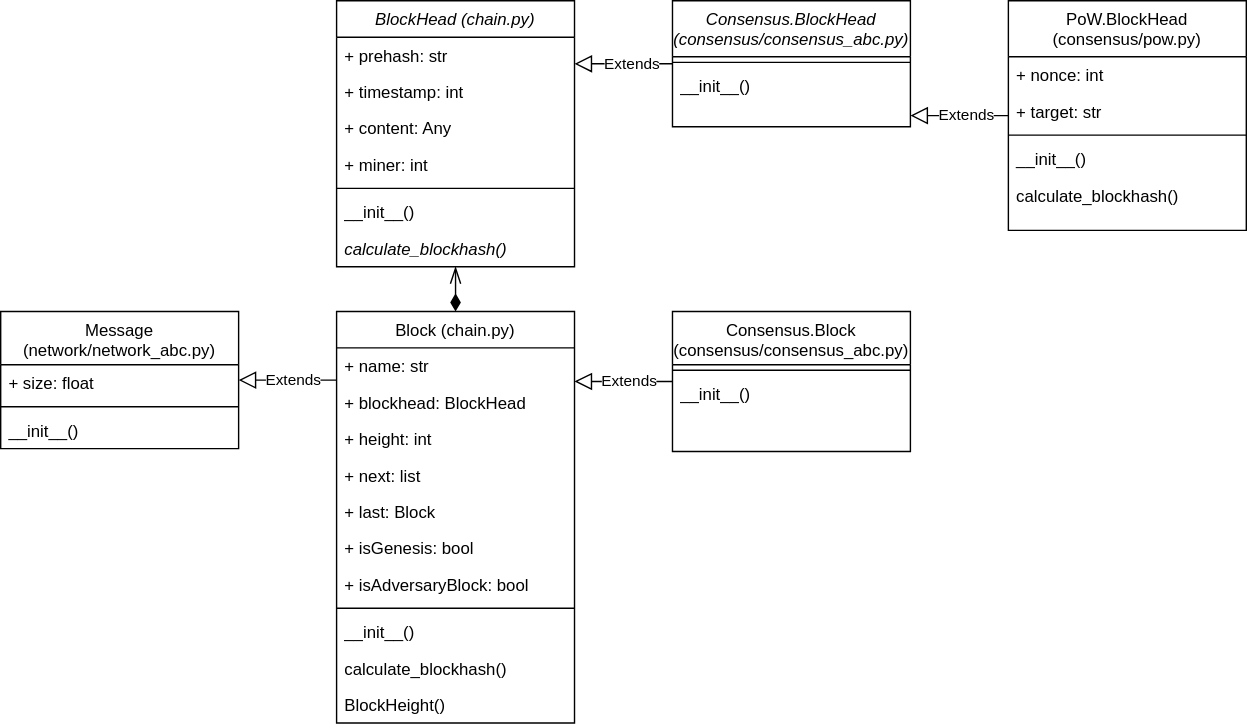
The draw.io diagram doc/consensus-block.svg in ChainXim-Team/ChainXim, before a commit. Source tidied: cells renumbered, new cells last; positions are measured from the earlier drawing's top-left corner, leaving out a move shared by most shapes. Its diagram source:
```xml
<mxGraphModel>
  <root>
    <mxCell id="0" />
    <mxCell id="1" parent="0" />
    <mxCell id="2" value="BlockHead (chain.py)" style="swimlane;fontStyle=2;align=center;verticalAlign=top;horizontal=1;startSize=26;rounded=0;shadow=0;strokeWidth=1;" parent="1" vertex="1">
      <mxGeometry x="240" width="170" height="190" as="geometry" />
    </mxCell>
    <mxCell id="3" value="+ prehash: str" style="text;align=left;verticalAlign=top;spacingLeft=4;spacingRight=4;overflow=hidden;rounded=0;shadow=0;html=0;fontStyle=0;" parent="2" vertex="1">
      <mxGeometry y="26" width="170" height="26" as="geometry" />
    </mxCell>
    <mxCell id="4" value="+ timestamp: int" style="text;align=left;verticalAlign=top;spacingLeft=4;spacingRight=4;overflow=hidden;rounded=0;shadow=0;html=0;fontStyle=0;" parent="2" vertex="1">
      <mxGeometry y="52" width="170" height="26" as="geometry" />
    </mxCell>
    <mxCell id="5" value="+ content: Any" style="text;align=left;verticalAlign=top;spacingLeft=4;spacingRight=4;overflow=hidden;rounded=0;shadow=0;html=0;fontStyle=0;" parent="2" vertex="1">
      <mxGeometry y="78" width="170" height="26" as="geometry" />
    </mxCell>
    <mxCell id="6" value="+ miner: int" style="text;align=left;verticalAlign=top;spacingLeft=4;spacingRight=4;overflow=hidden;rounded=0;shadow=0;html=0;fontStyle=0;" parent="2" vertex="1">
      <mxGeometry y="104" width="170" height="26" as="geometry" />
    </mxCell>
    <mxCell id="7" style="line;html=1;strokeWidth=1;align=left;verticalAlign=middle;spacingTop=-1;spacingLeft=3;spacingRight=3;labelPosition=right;" parent="2" vertex="1">
      <mxGeometry y="130" width="170" height="8" as="geometry" />
    </mxCell>
    <mxCell id="8" value="__init__()" style="text;align=left;verticalAlign=top;spacingLeft=4;spacingRight=4;overflow=hidden;fontStyle=0;" parent="2" vertex="1">
      <mxGeometry y="138" width="170" height="26" as="geometry" />
    </mxCell>
    <mxCell id="9" value="calculate_blockhash()" style="text;align=left;verticalAlign=top;spacingLeft=4;spacingRight=4;overflow=hidden;fontStyle=2;" parent="2" vertex="1">
      <mxGeometry y="164" width="170" height="26" as="geometry" />
    </mxCell>
    <mxCell id="10" value="Consensus.BlockHead&#10;(consensus/consensus_abc.py)" style="swimlane;fontStyle=2;align=center;verticalAlign=top;horizontal=1;startSize=40;rounded=0;shadow=0;strokeWidth=1;" parent="1" vertex="1">
      <mxGeometry x="480" width="170" height="90" as="geometry" />
    </mxCell>
    <mxCell id="11" style="line;html=1;strokeWidth=1;align=left;verticalAlign=middle;spacingTop=-1;spacingLeft=3;spacingRight=3;labelPosition=right;" parent="10" vertex="1">
      <mxGeometry y="40" width="170" height="8" as="geometry" />
    </mxCell>
    <mxCell id="12" value="__init__()" style="text;align=left;verticalAlign=top;spacingLeft=4;spacingRight=4;overflow=hidden;fontStyle=0;" parent="10" vertex="1">
      <mxGeometry y="48" width="170" height="26" as="geometry" />
    </mxCell>
    <mxCell id="13" style="endArrow=block;endSize=10;endFill=0;shadow=0;strokeWidth=1;rounded=0;edgeStyle=elbowEdgeStyle;elbow=vertical;" parent="1" edge="1" source="10" target="2">
      <mxGeometry relative="1" as="geometry" />
    </mxCell>
    <mxCell id="14" value="Extends" style="edgeLabel;html=1;align=center;verticalAlign=middle;" parent="13" vertex="1">
      <mxGeometry x="-0.13" y="-1" relative="1" as="geometry" />
    </mxCell>
    <mxCell id="15" value="PoW.BlockHead&#10;(consensus/pow.py)" style="swimlane;fontStyle=0;align=center;verticalAlign=top;horizontal=1;startSize=40;rounded=0;shadow=0;strokeWidth=1;" parent="1" vertex="1">
      <mxGeometry x="720" width="170" height="164" as="geometry" />
    </mxCell>
    <mxCell id="16" value="+ nonce: int" style="text;align=left;verticalAlign=top;spacingLeft=4;spacingRight=4;overflow=hidden;" parent="15" vertex="1">
      <mxGeometry y="40" width="170" height="26" as="geometry" />
    </mxCell>
    <mxCell id="17" value="+ target: str" style="text;align=left;verticalAlign=top;spacingLeft=4;spacingRight=4;overflow=hidden;rounded=0;shadow=0;html=0;" parent="15" vertex="1">
      <mxGeometry y="66" width="170" height="26" as="geometry" />
    </mxCell>
    <mxCell id="18" style="line;html=1;strokeWidth=1;align=left;verticalAlign=middle;spacingTop=-1;spacingLeft=3;spacingRight=3;labelPosition=right;" parent="15" vertex="1">
      <mxGeometry y="92" width="170" height="8" as="geometry" />
    </mxCell>
    <mxCell id="19" value="__init__()" style="text;align=left;verticalAlign=top;spacingLeft=4;spacingRight=4;overflow=hidden;fontStyle=0;" parent="15" vertex="1">
      <mxGeometry y="100" width="170" height="26" as="geometry" />
    </mxCell>
    <mxCell id="20" value="calculate_blockhash()" style="text;align=left;verticalAlign=top;spacingLeft=4;spacingRight=4;overflow=hidden;fontStyle=0;" parent="15" vertex="1">
      <mxGeometry y="126" width="170" height="26" as="geometry" />
    </mxCell>
    <mxCell id="21" style="endArrow=block;endSize=10;endFill=0;shadow=0;strokeWidth=1;rounded=0;edgeStyle=elbowEdgeStyle;elbow=vertical;exitX=0;exitY=0.5;exitDx=0;exitDy=0;" parent="1" edge="1" source="15" target="10">
      <mxGeometry relative="1" as="geometry" />
    </mxCell>
    <mxCell id="22" value="Extends" style="edgeLabel;html=1;align=center;verticalAlign=middle;" parent="21" vertex="1">
      <mxGeometry x="-0.12" relative="1" as="geometry">
        <mxPoint y="-1" as="offset" />
      </mxGeometry>
    </mxCell>
    <mxCell id="23" value="Block (chain.py)" style="swimlane;fontStyle=0;align=center;verticalAlign=top;horizontal=1;startSize=26;rounded=0;shadow=0;strokeWidth=1;" parent="1" vertex="1">
      <mxGeometry x="240" y="222" width="170" height="294" as="geometry" />
    </mxCell>
    <mxCell id="24" value="+ name: str" style="text;align=left;verticalAlign=top;spacingLeft=4;spacingRight=4;overflow=hidden;rounded=0;shadow=0;html=0;fontStyle=0;" parent="23" vertex="1">
      <mxGeometry y="26" width="170" height="26" as="geometry" />
    </mxCell>
    <mxCell id="25" value="+ blockhead: BlockHead" style="text;align=left;verticalAlign=top;spacingLeft=4;spacingRight=4;overflow=hidden;rounded=0;shadow=0;html=0;fontStyle=0;" parent="23" vertex="1">
      <mxGeometry y="52" width="170" height="26" as="geometry" />
    </mxCell>
    <mxCell id="26" value="+ height: int" style="text;align=left;verticalAlign=top;spacingLeft=4;spacingRight=4;overflow=hidden;rounded=0;shadow=0;html=0;fontStyle=0;" parent="23" vertex="1">
      <mxGeometry y="78" width="170" height="26" as="geometry" />
    </mxCell>
    <mxCell id="27" value="+ next: list" style="text;align=left;verticalAlign=top;spacingLeft=4;spacingRight=4;overflow=hidden;rounded=0;shadow=0;html=0;fontStyle=0;" parent="23" vertex="1">
      <mxGeometry y="104" width="170" height="26" as="geometry" />
    </mxCell>
    <mxCell id="28" value="+ last: Block" style="text;align=left;verticalAlign=top;spacingLeft=4;spacingRight=4;overflow=hidden;rounded=0;shadow=0;html=0;fontStyle=0;" parent="23" vertex="1">
      <mxGeometry y="130" width="170" height="26" as="geometry" />
    </mxCell>
    <mxCell id="29" value="+ isGenesis: bool" style="text;align=left;verticalAlign=top;spacingLeft=4;spacingRight=4;overflow=hidden;rounded=0;shadow=0;html=0;fontStyle=0;" parent="23" vertex="1">
      <mxGeometry y="156" width="170" height="26" as="geometry" />
    </mxCell>
    <mxCell id="30" value="+ isAdversaryBlock: bool" style="text;align=left;verticalAlign=top;spacingLeft=4;spacingRight=4;overflow=hidden;rounded=0;shadow=0;html=0;fontStyle=0;" parent="23" vertex="1">
      <mxGeometry y="182" width="170" height="26" as="geometry" />
    </mxCell>
    <mxCell id="31" style="line;html=1;strokeWidth=1;align=left;verticalAlign=middle;spacingTop=-1;spacingLeft=3;spacingRight=3;labelPosition=right;" parent="23" vertex="1">
      <mxGeometry y="208" width="170" height="8" as="geometry" />
    </mxCell>
    <mxCell id="32" value="__init__()" style="text;align=left;verticalAlign=top;spacingLeft=4;spacingRight=4;overflow=hidden;fontStyle=0;" parent="23" vertex="1">
      <mxGeometry y="216" width="170" height="26" as="geometry" />
    </mxCell>
    <mxCell id="33" value="calculate_blockhash()" style="text;align=left;verticalAlign=top;spacingLeft=4;spacingRight=4;overflow=hidden;fontStyle=0;" parent="23" vertex="1">
      <mxGeometry y="242" width="170" height="26" as="geometry" />
    </mxCell>
    <mxCell id="34" value="BlockHeight()" style="text;align=left;verticalAlign=top;spacingLeft=4;spacingRight=4;overflow=hidden;fontStyle=0;" parent="23" vertex="1">
      <mxGeometry y="268" width="170" height="26" as="geometry" />
    </mxCell>
    <mxCell id="35" value="Consensus.Block&#10;(consensus/consensus_abc.py)" style="swimlane;fontStyle=0;align=center;verticalAlign=top;horizontal=1;startSize=38;rounded=0;shadow=0;strokeWidth=1;" parent="1" vertex="1">
      <mxGeometry x="480" y="222" width="170" height="100" as="geometry" />
    </mxCell>
    <mxCell id="36" style="line;html=1;strokeWidth=1;align=left;verticalAlign=middle;spacingTop=-1;spacingLeft=3;spacingRight=3;labelPosition=right;" parent="35" vertex="1">
      <mxGeometry y="38" width="170" height="8" as="geometry" />
    </mxCell>
    <mxCell id="37" value="__init__()" style="text;align=left;verticalAlign=top;spacingLeft=4;spacingRight=4;overflow=hidden;fontStyle=0;" parent="35" vertex="1">
      <mxGeometry y="46" width="170" height="26" as="geometry" />
    </mxCell>
    <mxCell id="38" style="endArrow=block;endSize=10;endFill=0;shadow=0;strokeWidth=1;rounded=0;edgeStyle=elbowEdgeStyle;elbow=vertical;" parent="1" edge="1" source="35" target="23">
      <mxGeometry relative="1" as="geometry" />
    </mxCell>
    <mxCell id="39" value="Extends" style="edgeLabel;html=1;align=center;verticalAlign=middle;" parent="38" vertex="1">
      <mxGeometry x="-0.14" y="2" relative="1" as="geometry">
        <mxPoint x="-2" y="-3" as="offset" />
      </mxGeometry>
    </mxCell>
    <mxCell id="40" style="endArrow=diamondThin;endSize=10;endFill=1;shadow=0;strokeWidth=1;rounded=0;edgeStyle=elbowEdgeStyle;elbow=vertical;startArrow=openThin;startFill=0;startSize=10;" parent="1" edge="1" source="2" target="23">
      <mxGeometry relative="1" as="geometry" />
    </mxCell>
    <mxCell id="41" value="Message&#10;(network/network_abc.py)" style="swimlane;fontStyle=0;align=center;verticalAlign=top;horizontal=1;startSize=38;rounded=0;shadow=0;strokeWidth=1;" parent="1" vertex="1">
      <mxGeometry y="222" width="170" height="98" as="geometry" />
    </mxCell>
    <mxCell id="42" value="+ size: float" style="text;align=left;verticalAlign=top;spacingLeft=4;spacingRight=4;overflow=hidden;rounded=0;shadow=0;html=0;fontStyle=0;" parent="41" vertex="1">
      <mxGeometry y="38" width="170" height="26" as="geometry" />
    </mxCell>
    <mxCell id="43" style="line;html=1;strokeWidth=1;align=left;verticalAlign=middle;spacingTop=-1;spacingLeft=3;spacingRight=3;labelPosition=right;" parent="41" vertex="1">
      <mxGeometry y="64" width="170" height="8" as="geometry" />
    </mxCell>
    <mxCell id="44" value="__init__()" style="text;align=left;verticalAlign=top;spacingLeft=4;spacingRight=4;overflow=hidden;fontStyle=0;" parent="41" vertex="1">
      <mxGeometry y="72" width="170" height="26" as="geometry" />
    </mxCell>
    <mxCell id="45" style="endArrow=block;endSize=10;endFill=0;shadow=0;strokeWidth=1;rounded=0;edgeStyle=elbowEdgeStyle;elbow=vertical;" parent="1" edge="1" source="23" target="41">
      <mxGeometry relative="1" as="geometry" />
    </mxCell>
    <mxCell id="46" value="Extends" style="edgeLabel;html=1;align=center;verticalAlign=middle;" parent="45" vertex="1">
      <mxGeometry x="-0.22" relative="1" as="geometry">
        <mxPoint x="-5" y="-1" as="offset" />
      </mxGeometry>
    </mxCell>
  </root>
</mxGraphModel>
```
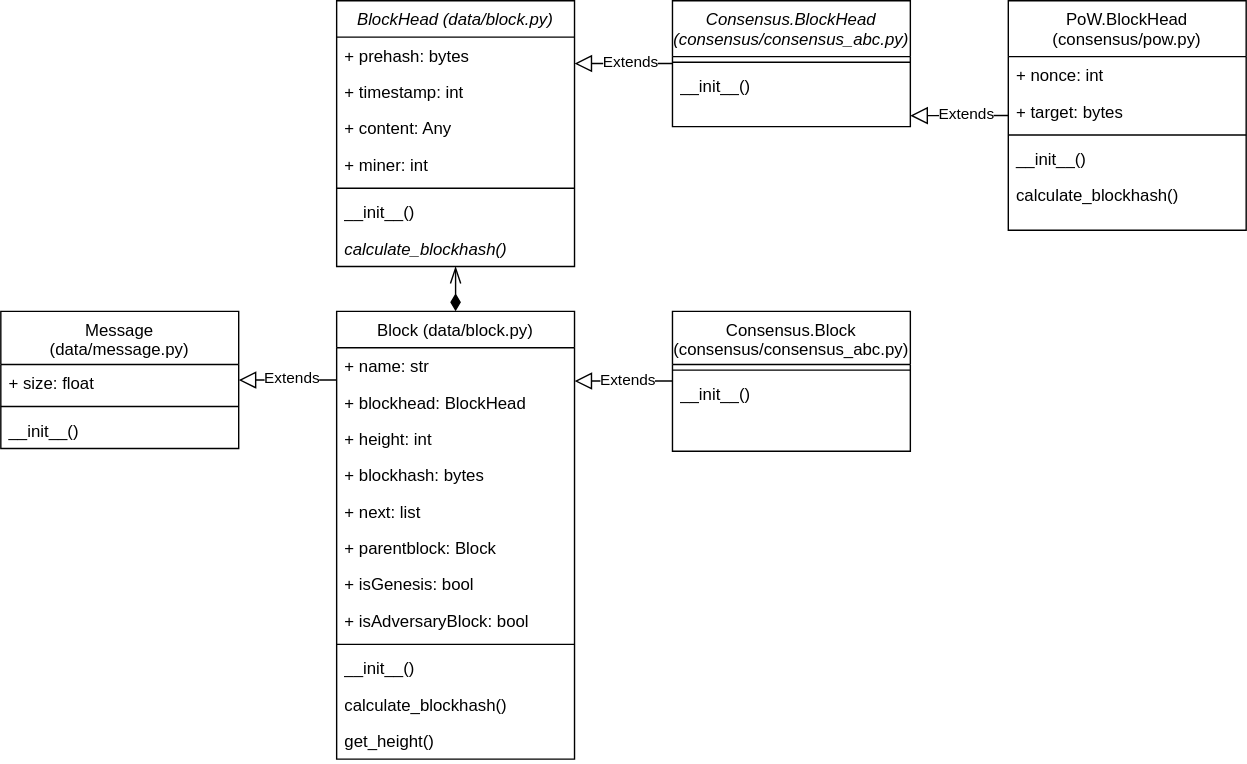
The same file after the commit.

Diff of the diagram source:
```diff
@@ -2,10 +2,10 @@
   <root>
     <mxCell id="0" />
     <mxCell id="1" parent="0" />
-    <mxCell id="2" value="BlockHead (chain.py)" style="swimlane;fontStyle=2;align=center;verticalAlign=top;horizontal=1;startSize=26;rounded=0;shadow=0;strokeWidth=1;" parent="1" vertex="1">
+    <mxCell id="2" value="BlockHead (data/block.py)" style="swimlane;fontStyle=2;align=center;verticalAlign=top;horizontal=1;startSize=26;rounded=0;shadow=0;strokeWidth=1;" parent="1" vertex="1">
       <mxGeometry x="240" width="170" height="190" as="geometry" />
     </mxCell>
-    <mxCell id="3" value="+ prehash: str" style="text;align=left;verticalAlign=top;spacingLeft=4;spacingRight=4;overflow=hidden;rounded=0;shadow=0;html=0;fontStyle=0;" parent="2" vertex="1">
+    <mxCell id="3" value="+ prehash: bytes" style="text;align=left;verticalAlign=top;spacingLeft=4;spacingRight=4;overflow=hidden;rounded=0;shadow=0;html=0;fontStyle=0;" parent="2" vertex="1">
       <mxGeometry y="26" width="170" height="26" as="geometry" />
     </mxCell>
     <mxCell id="4" value="+ timestamp: int" style="text;align=left;verticalAlign=top;spacingLeft=4;spacingRight=4;overflow=hidden;rounded=0;shadow=0;html=0;fontStyle=0;" parent="2" vertex="1">
@@ -47,7 +47,7 @@
     <mxCell id="16" value="+ nonce: int" style="text;align=left;verticalAlign=top;spacingLeft=4;spacingRight=4;overflow=hidden;" parent="15" vertex="1">
       <mxGeometry y="40" width="170" height="26" as="geometry" />
     </mxCell>
-    <mxCell id="17" value="+ target: str" style="text;align=left;verticalAlign=top;spacingLeft=4;spacingRight=4;overflow=hidden;rounded=0;shadow=0;html=0;" parent="15" vertex="1">
+    <mxCell id="17" value="+ target: bytes" style="text;align=left;verticalAlign=top;spacingLeft=4;spacingRight=4;overflow=hidden;rounded=0;shadow=0;html=0;" parent="15" vertex="1">
       <mxGeometry y="66" width="170" height="26" as="geometry" />
     </mxCell>
     <mxCell id="18" style="line;html=1;strokeWidth=1;align=left;verticalAlign=middle;spacingTop=-1;spacingLeft=3;spacingRight=3;labelPosition=right;" parent="15" vertex="1">
@@ -67,8 +67,8 @@
         <mxPoint y="-1" as="offset" />
       </mxGeometry>
     </mxCell>
-    <mxCell id="23" value="Block (chain.py)" style="swimlane;fontStyle=0;align=center;verticalAlign=top;horizontal=1;startSize=26;rounded=0;shadow=0;strokeWidth=1;" parent="1" vertex="1">
-      <mxGeometry x="240" y="222" width="170" height="294" as="geometry" />
+    <mxCell id="23" value="Block (data/block.py)" style="swimlane;fontStyle=0;align=center;verticalAlign=top;horizontal=1;startSize=26;rounded=0;shadow=0;strokeWidth=1;" parent="1" vertex="1">
+      <mxGeometry x="240" y="222" width="170" height="320" as="geometry" />
     </mxCell>
     <mxCell id="24" value="+ name: str" style="text;align=left;verticalAlign=top;spacingLeft=4;spacingRight=4;overflow=hidden;rounded=0;shadow=0;html=0;fontStyle=0;" parent="23" vertex="1">
       <mxGeometry y="26" width="170" height="26" as="geometry" />
@@ -79,29 +79,32 @@
     <mxCell id="26" value="+ height: int" style="text;align=left;verticalAlign=top;spacingLeft=4;spacingRight=4;overflow=hidden;rounded=0;shadow=0;html=0;fontStyle=0;" parent="23" vertex="1">
       <mxGeometry y="78" width="170" height="26" as="geometry" />
     </mxCell>
+    <mxCell id="47" value="+ blockhash: bytes" style="text;align=left;verticalAlign=top;spacingLeft=4;spacingRight=4;overflow=hidden;rounded=0;shadow=0;html=0;fontStyle=0;" parent="23" vertex="1">
+      <mxGeometry y="104" width="170" height="26" as="geometry" />
+    </mxCell>
     <mxCell id="27" value="+ next: list" style="text;align=left;verticalAlign=top;spacingLeft=4;spacingRight=4;overflow=hidden;rounded=0;shadow=0;html=0;fontStyle=0;" parent="23" vertex="1">
-      <mxGeometry y="104" width="170" height="26" as="geometry" />
+      <mxGeometry y="130" width="170" height="26" as="geometry" />
     </mxCell>
-    <mxCell id="28" value="+ last: Block" style="text;align=left;verticalAlign=top;spacingLeft=4;spacingRight=4;overflow=hidden;rounded=0;shadow=0;html=0;fontStyle=0;" parent="23" vertex="1">
-      <mxGeometry y="130" width="170" height="26" as="geometry" />
+    <mxCell id="28" value="+ parentblock: Block" style="text;align=left;verticalAlign=top;spacingLeft=4;spacingRight=4;overflow=hidden;rounded=0;shadow=0;html=0;fontStyle=0;" parent="23" vertex="1">
+      <mxGeometry y="156" width="170" height="26" as="geometry" />
     </mxCell>
     <mxCell id="29" value="+ isGenesis: bool" style="text;align=left;verticalAlign=top;spacingLeft=4;spacingRight=4;overflow=hidden;rounded=0;shadow=0;html=0;fontStyle=0;" parent="23" vertex="1">
-      <mxGeometry y="156" width="170" height="26" as="geometry" />
+      <mxGeometry y="182" width="170" height="26" as="geometry" />
     </mxCell>
     <mxCell id="30" value="+ isAdversaryBlock: bool" style="text;align=left;verticalAlign=top;spacingLeft=4;spacingRight=4;overflow=hidden;rounded=0;shadow=0;html=0;fontStyle=0;" parent="23" vertex="1">
-      <mxGeometry y="182" width="170" height="26" as="geometry" />
+      <mxGeometry y="208" width="170" height="26" as="geometry" />
     </mxCell>
     <mxCell id="31" style="line;html=1;strokeWidth=1;align=left;verticalAlign=middle;spacingTop=-1;spacingLeft=3;spacingRight=3;labelPosition=right;" parent="23" vertex="1">
-      <mxGeometry y="208" width="170" height="8" as="geometry" />
+      <mxGeometry y="234" width="170" height="8" as="geometry" />
     </mxCell>
     <mxCell id="32" value="__init__()" style="text;align=left;verticalAlign=top;spacingLeft=4;spacingRight=4;overflow=hidden;fontStyle=0;" parent="23" vertex="1">
-      <mxGeometry y="216" width="170" height="26" as="geometry" />
+      <mxGeometry y="242" width="170" height="26" as="geometry" />
     </mxCell>
     <mxCell id="33" value="calculate_blockhash()" style="text;align=left;verticalAlign=top;spacingLeft=4;spacingRight=4;overflow=hidden;fontStyle=0;" parent="23" vertex="1">
-      <mxGeometry y="242" width="170" height="26" as="geometry" />
+      <mxGeometry y="268" width="170" height="26" as="geometry" />
     </mxCell>
-    <mxCell id="34" value="BlockHeight()" style="text;align=left;verticalAlign=top;spacingLeft=4;spacingRight=4;overflow=hidden;fontStyle=0;" parent="23" vertex="1">
-      <mxGeometry y="268" width="170" height="26" as="geometry" />
+    <mxCell id="34" value="get_height()" style="text;align=left;verticalAlign=top;spacingLeft=4;spacingRight=4;overflow=hidden;fontStyle=0;" parent="23" vertex="1">
+      <mxGeometry y="294" width="170" height="26" as="geometry" />
     </mxCell>
     <mxCell id="35" value="Consensus.Block&#10;(consensus/consensus_abc.py)" style="swimlane;fontStyle=0;align=center;verticalAlign=top;horizontal=1;startSize=38;rounded=0;shadow=0;strokeWidth=1;" parent="1" vertex="1">
       <mxGeometry x="480" y="222" width="170" height="100" as="geometry" />
@@ -123,7 +126,7 @@
     <mxCell id="40" style="endArrow=diamondThin;endSize=10;endFill=1;shadow=0;strokeWidth=1;rounded=0;edgeStyle=elbowEdgeStyle;elbow=vertical;startArrow=openThin;startFill=0;startSize=10;" parent="1" edge="1" source="2" target="23">
       <mxGeometry relative="1" as="geometry" />
     </mxCell>
-    <mxCell id="41" value="Message&#10;(network/network_abc.py)" style="swimlane;fontStyle=0;align=center;verticalAlign=top;horizontal=1;startSize=38;rounded=0;shadow=0;strokeWidth=1;" parent="1" vertex="1">
+    <mxCell id="41" value="Message&#10;(data/message.py)" style="swimlane;fontStyle=0;align=center;verticalAlign=top;horizontal=1;startSize=38;rounded=0;shadow=0;strokeWidth=1;" parent="1" vertex="1">
       <mxGeometry y="222" width="170" height="98" as="geometry" />
     </mxCell>
     <mxCell id="42" value="+ size: float" style="text;align=left;verticalAlign=top;spacingLeft=4;spacingRight=4;overflow=hidden;rounded=0;shadow=0;html=0;fontStyle=0;" parent="41" vertex="1">
```
